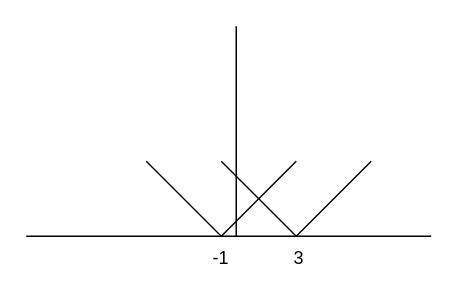
Earlier version of the draw.io diagram chapters/images/av-sketch.drawio (sm-max-lange/precalc). Source tidied: cells renumbered, new cells numbered last; positions are measured from the earlier drawing's top-left corner, leaving out a move shared by most shapes. Both pictures are drawn from the tidied source at 150%, with x=0, y=0 at pixel (26, 26).
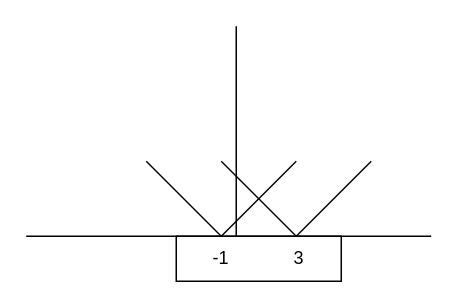
Above is the later version.

Diff of the diagram source:
```diff
@@
 <mxGraphModel>
   <root>
     <mxCell id="0" />
     <mxCell id="1" parent="0" />
-    <mxCell id="2" style="endArrow=none;html=1;" parent="1" edge="1">
+    <mxCell id="2" style="endArrow=none;html=1;strokeColor=#000000;" parent="1" edge="1">
       <mxGeometry relative="1" as="geometry">
         <mxPoint x="130" y="140" as="sourcePoint" />
         <mxPoint x="180" y="90" as="targetPoint" />
       </mxGeometry>
     </mxCell>
-    <mxCell id="3" style="endArrow=none;html=1;" parent="1" edge="1">
+    <mxCell id="3" style="endArrow=none;html=1;strokeColor=#000000;" parent="1" edge="1">
       <mxGeometry relative="1" as="geometry">
         <mxPoint x="130" y="140" as="sourcePoint" />
         <mxPoint x="80" y="90" as="targetPoint" />
       </mxGeometry>
     </mxCell>
-    <mxCell id="4" style="endArrow=none;html=1;" parent="1" edge="1">
+    <mxCell id="4" style="endArrow=none;html=1;strokeColor=#000000;" parent="1" edge="1">
       <mxGeometry relative="1" as="geometry">
         <mxPoint x="180" y="140" as="sourcePoint" />
         <mxPoint x="230" y="90" as="targetPoint" />
       </mxGeometry>
     </mxCell>
-    <mxCell id="5" style="endArrow=none;html=1;" parent="1" edge="1">
+    <mxCell id="5" style="endArrow=none;html=1;strokeColor=#000000;" parent="1" edge="1">
       <mxGeometry relative="1" as="geometry">
         <mxPoint x="180" y="140" as="sourcePoint" />
         <mxPoint x="130" y="90" as="targetPoint" />
       </mxGeometry>
     </mxCell>
-    <mxCell id="6" value="-1&amp;nbsp; &amp;nbsp; &amp;nbsp; &amp;nbsp; &amp;nbsp; &amp;nbsp; &amp;nbsp;3" style="text;html=1;align=center;verticalAlign=middle;whiteSpace=wrap;rounded=0;" parent="1" vertex="1">
+    <mxCell id="6" value="-1&amp;nbsp; &amp;nbsp; &amp;nbsp; &amp;nbsp; &amp;nbsp; &amp;nbsp; &amp;nbsp;3" style="text;html=1;align=center;verticalAlign=middle;whiteSpace=wrap;rounded=0;strokeColor=#000000;" parent="1" vertex="1">
       <mxGeometry x="100" y="140" width="110" height="30" as="geometry" />
     </mxCell>
-    <mxCell id="7" style="endArrow=none;html=1;" parent="1" edge="1">
+    <mxCell id="7" style="endArrow=none;html=1;strokeColor=#000000;" parent="1" edge="1">
       <mxGeometry relative="1" as="geometry">
         <mxPoint y="140" as="sourcePoint" />
         <mxPoint x="270" y="140" as="targetPoint" />
       </mxGeometry>
     </mxCell>
-    <mxCell id="8" style="endArrow=none;html=1;" parent="1" edge="1">
+    <mxCell id="8" style="endArrow=none;html=1;strokeColor=#000000;" parent="1" edge="1">
       <mxGeometry relative="1" as="geometry">
         <mxPoint x="140" as="sourcePoint" />
         <mxPoint x="140" y="140" as="targetPoint" />
       </mxGeometry>
     </mxCell>
   </root>
 </mxGraphModel>
```
